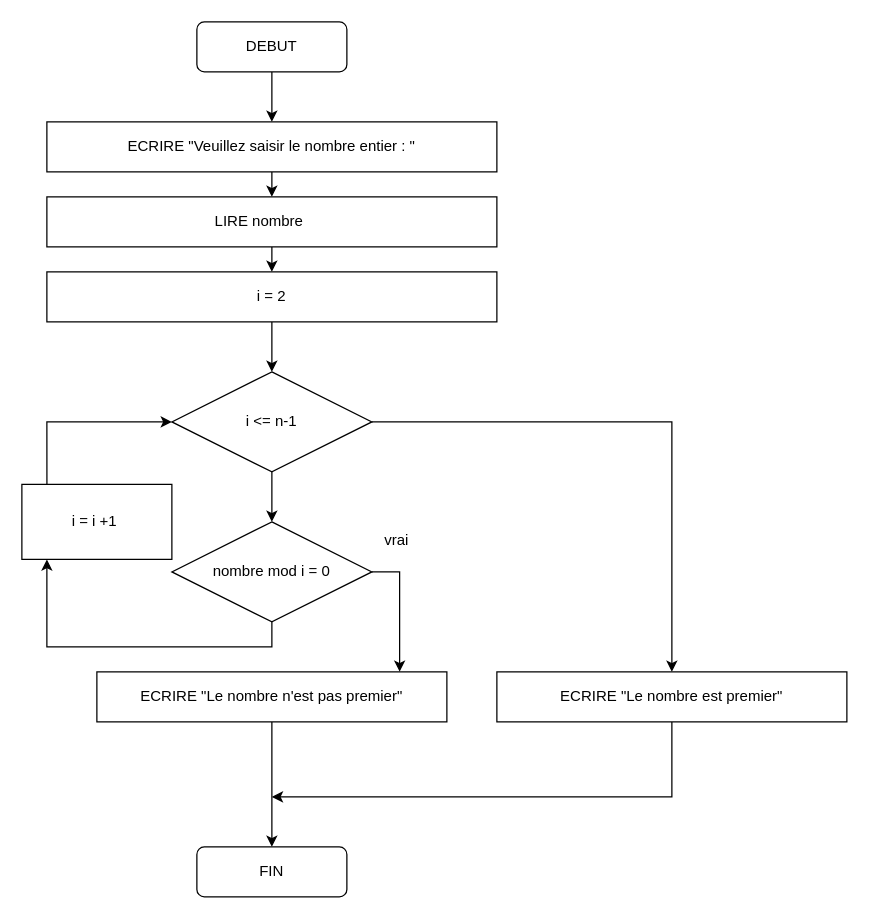
Above: DOSSIER_03_ALGORITHMIQUE/exercice_3-5_nombre-premier.drawio in D-CRAVO/FORMATION-DWWM-2022 (draw.io), before the change. Source tidied: cells renumbered, new cells numbered last; positions are measured from the earlier drawing's top-left corner, leaving out a move shared by most shapes. Both pictures are drawn from the tidied source at 125%, with x=0, y=0 at pixel (21, 21).
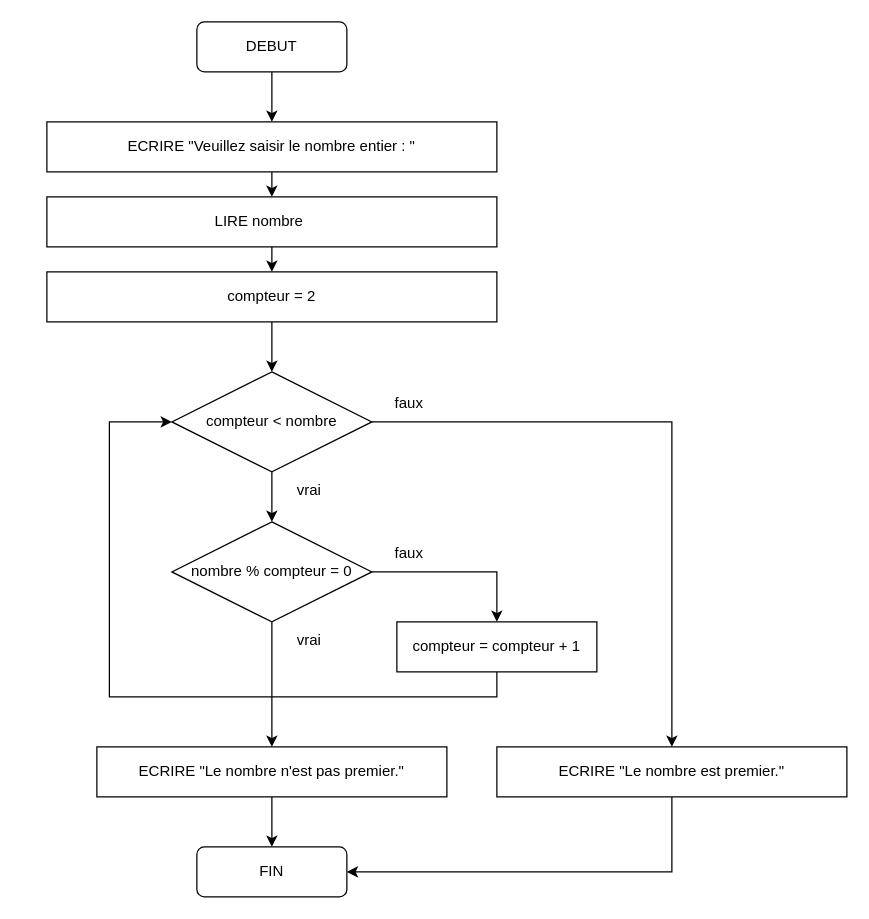
Above is the later version.

Unchanged cells that the change refers to:
```xml
<mxCell id="27" style="rounded=1;whiteSpace=wrap;html=1;fillColor=none;" parent="1" vertex="1">
  <mxGeometry x="140" y="660" width="120" height="40" as="geometry" />
</mxCell>
```

What changed in the source:
```diff
@@
-    <mxCell id="12" style="rounded=0;whiteSpace=wrap;html=1;fillColor=none;" parent="1" vertex="1">
+    <mxCell id="12" value="compteur = 2" style="rounded=0;whiteSpace=wrap;html=1;fillColor=none;" parent="1" vertex="1">
       <mxGeometry x="20" y="200" width="360" height="40" as="geometry" />
     </mxCell>
-    <mxCell id="13" value="i = 2" style="text;html=1;strokeColor=none;fillColor=none;align=center;verticalAlign=middle;whiteSpace=wrap;rounded=0;" parent="1" vertex="1">
-      <mxGeometry x="40" y="205" width="320" height="30" as="geometry" />
-    </mxCell>
@@
-    <mxCell id="15" style="rhombus;whiteSpace=wrap;html=1;fillColor=none;" parent="1" vertex="1">
+    <mxCell id="15" value="&lt;span style=&quot;&quot;&gt;compteur &amp;lt; nombre&lt;/span&gt;" style="rhombus;whiteSpace=wrap;html=1;fillColor=none;" parent="1" vertex="1">
       <mxGeometry x="120" y="280" width="160" height="80" as="geometry" />
     </mxCell>
-    <mxCell id="16" value="i &amp;lt;= n-1" style="text;html=1;strokeColor=none;fillColor=none;align=center;verticalAlign=middle;whiteSpace=wrap;rounded=0;" parent="1" vertex="1">
-      <mxGeometry x="150" y="305" width="100" height="30" as="geometry" />
-    </mxCell>
@@
+    <mxCell id="33" style="edgeStyle=orthogonalEdgeStyle;rounded=0;jettySize=auto;html=1;exitX=1;exitY=0.5;exitDx=0;exitDy=0;entryX=0.5;entryY=0;entryDx=0;entryDy=0;" parent="1" edge="1" source="19" target="31">
+      <mxGeometry relative="1" as="geometry" />
+    </mxCell>
-    <mxCell id="18" style="edgeStyle=orthogonalEdgeStyle;rounded=0;jettySize=auto;html=1;exitX=1;exitY=0.5;exitDx=0;exitDy=0;entryX=0.865;entryY=-0.004;entryDx=0;entryDy=0;entryPerimeter=0;" parent="1" edge="1" source="19" target="22">
+    <mxCell id="18" style="edgeStyle=orthogonalEdgeStyle;rounded=0;jettySize=auto;html=1;exitX=0.5;exitY=1;exitDx=0;exitDy=0;" parent="1" edge="1" source="19" target="22">
       <mxGeometry relative="1" as="geometry" />
     </mxCell>
-    <mxCell id="19" style="rhombus;whiteSpace=wrap;html=1;fillColor=none;" parent="1" vertex="1">
+    <mxCell id="19" value="&lt;span style=&quot;&quot;&gt;nombre % compteur = 0&lt;/span&gt;" style="rhombus;whiteSpace=wrap;html=1;fillColor=none;" parent="1" vertex="1">
       <mxGeometry x="120" y="400" width="160" height="80" as="geometry" />
     </mxCell>
-    <mxCell id="20" value="nombre mod i = 0" style="text;html=1;strokeColor=none;fillColor=none;align=center;verticalAlign=middle;whiteSpace=wrap;rounded=0;" parent="1" vertex="1">
-      <mxGeometry x="150" y="425" width="100" height="30" as="geometry" />
-    </mxCell>
@@
-    <mxCell id="22" style="rounded=0;whiteSpace=wrap;html=1;fillColor=none;" parent="1" vertex="1">
-      <mxGeometry x="60" y="520" width="280" height="40" as="geometry" />
+    <mxCell id="22" value="&lt;span style=&quot;&quot;&gt;ECRIRE &quot;Le nombre n'est pas premier.&quot;&lt;/span&gt;" style="rounded=0;whiteSpace=wrap;html=1;fillColor=none;" parent="1" vertex="1">
+      <mxGeometry x="60" y="580" width="280" height="40" as="geometry" />
     </mxCell>
-    <mxCell id="23" value="ECRIRE &quot;Le nombre n'est pas premier&quot;" style="text;html=1;strokeColor=none;fillColor=none;align=center;verticalAlign=middle;whiteSpace=wrap;rounded=0;" parent="1" vertex="1">
-      <mxGeometry x="80" y="525" width="240" height="30" as="geometry" />
-    </mxCell>
-    <mxCell id="24" style="edgeStyle=orthogonalEdgeStyle;rounded=0;jettySize=auto;html=1;exitX=0.5;exitY=1;exitDx=0;exitDy=0;" parent="1" edge="1" source="25">
-      <mxGeometry relative="1" as="geometry">
-        <mxPoint x="200" y="620" as="targetPoint" />
-        <Array as="points">
-          <mxPoint x="520" y="620" />
-        </Array>
-      </mxGeometry>
-    </mxCell>
+    <mxCell id="34" style="edgeStyle=orthogonalEdgeStyle;rounded=0;jettySize=auto;html=1;exitX=0.5;exitY=1;exitDx=0;exitDy=0;entryX=1;entryY=0.5;entryDx=0;entryDy=0;" parent="1" edge="1" source="25" target="27">
+      <mxGeometry relative="1" as="geometry" />
+    </mxCell>
-    <mxCell id="25" style="rounded=0;whiteSpace=wrap;html=1;fillColor=none;" parent="1" vertex="1">
-      <mxGeometry x="380" y="520" width="280" height="40" as="geometry" />
+    <mxCell id="25" value="&lt;span style=&quot;&quot;&gt;ECRIRE &quot;Le nombre est premier.&quot;&lt;/span&gt;" style="rounded=0;whiteSpace=wrap;html=1;fillColor=none;" parent="1" vertex="1">
+      <mxGeometry x="380" y="580" width="280" height="40" as="geometry" />
     </mxCell>
-    <mxCell id="26" value="ECRIRE &quot;Le nombre est premier&quot;" style="text;html=1;strokeColor=none;fillColor=none;align=center;verticalAlign=middle;whiteSpace=wrap;rounded=0;" parent="1" vertex="1">
-      <mxGeometry x="400" y="525" width="240" height="30" as="geometry" />
-    </mxCell>
@@
-    <mxCell id="29" style="endArrow=classic;html=1;rounded=0;exitX=0.5;exitY=1;exitDx=0;exitDy=0;" parent="1" edge="1" source="19">
-      <mxGeometry relative="1" as="geometry">
-        <mxPoint x="20" y="430" as="targetPoint" />
-        <Array as="points">
-          <mxPoint x="200" y="500" />
-          <mxPoint x="20" y="500" />
-        </Array>
-      </mxGeometry>
-    </mxCell>
     <mxCell id="30" value="vrai" style="text;html=1;strokeColor=none;fillColor=none;align=center;verticalAlign=middle;whiteSpace=wrap;rounded=0;" parent="1" vertex="1">
-      <mxGeometry x="270" y="400" width="60" height="30" as="geometry" />
+      <mxGeometry x="200" y="480" width="60" height="30" as="geometry" />
     </mxCell>
+    <mxCell id="32" style="edgeStyle=orthogonalEdgeStyle;rounded=0;jettySize=auto;html=1;exitX=0.5;exitY=1;exitDx=0;exitDy=0;entryX=0;entryY=0.5;entryDx=0;entryDy=0;" parent="1" edge="1" source="31" target="15">
+      <mxGeometry relative="1" as="geometry">
+        <Array as="points">
+          <mxPoint x="380" y="540" />
+          <mxPoint x="70" y="540" />
+          <mxPoint x="70" y="320" />
+        </Array>
+      </mxGeometry>
+    </mxCell>
-    <mxCell id="31" value="i = i +1&amp;nbsp;" style="rounded=0;whiteSpace=wrap;html=1;fillColor=none;" parent="1" vertex="1">
-      <mxGeometry y="370" width="120" height="60" as="geometry" />
+    <mxCell id="31" value="compteur = compteur + 1" style="rounded=0;whiteSpace=wrap;html=1;fillColor=none;" parent="1" vertex="1">
+      <mxGeometry x="300" y="480" width="160" height="40" as="geometry" />
     </mxCell>
-    <mxCell id="32" style="endArrow=classic;html=1;rounded=0;exitX=0.167;exitY=0;exitDx=0;exitDy=0;entryX=0;entryY=0.5;entryDx=0;entryDy=0;exitPerimeter=0;" parent="1" edge="1" source="31" target="15">
-      <mxGeometry relative="1" as="geometry">
-        <Array as="points">
-          <mxPoint x="20" y="320" />
-        </Array>
-      </mxGeometry>
-    </mxCell>
+    <mxCell id="35" value="vrai" style="text;html=1;strokeColor=none;fillColor=none;align=center;verticalAlign=middle;whiteSpace=wrap;rounded=0;" parent="1" vertex="1">
+      <mxGeometry x="200" y="360" width="60" height="30" as="geometry" />
+    </mxCell>
+    <mxCell id="36" value="faux" style="text;html=1;strokeColor=none;fillColor=none;align=center;verticalAlign=middle;whiteSpace=wrap;rounded=0;" parent="1" vertex="1">
+      <mxGeometry x="280" y="290" width="60" height="30" as="geometry" />
+    </mxCell>
+    <mxCell id="37" value="faux" style="text;html=1;strokeColor=none;fillColor=none;align=center;verticalAlign=middle;whiteSpace=wrap;rounded=0;" parent="1" vertex="1">
+      <mxGeometry x="280" y="410" width="60" height="30" as="geometry" />
+    </mxCell>
```
